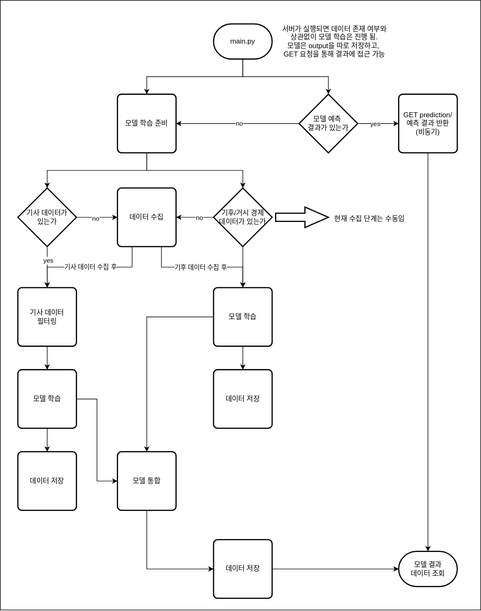
Earlier version of the draw.io export docs/server-flowchart.drawio.svg (MJU-Capstone-2025/model-server). Source tidied: cells renumbered, new cells last; positions are measured from the earlier drawing's top-left corner, leaving out a move shared by most shapes.
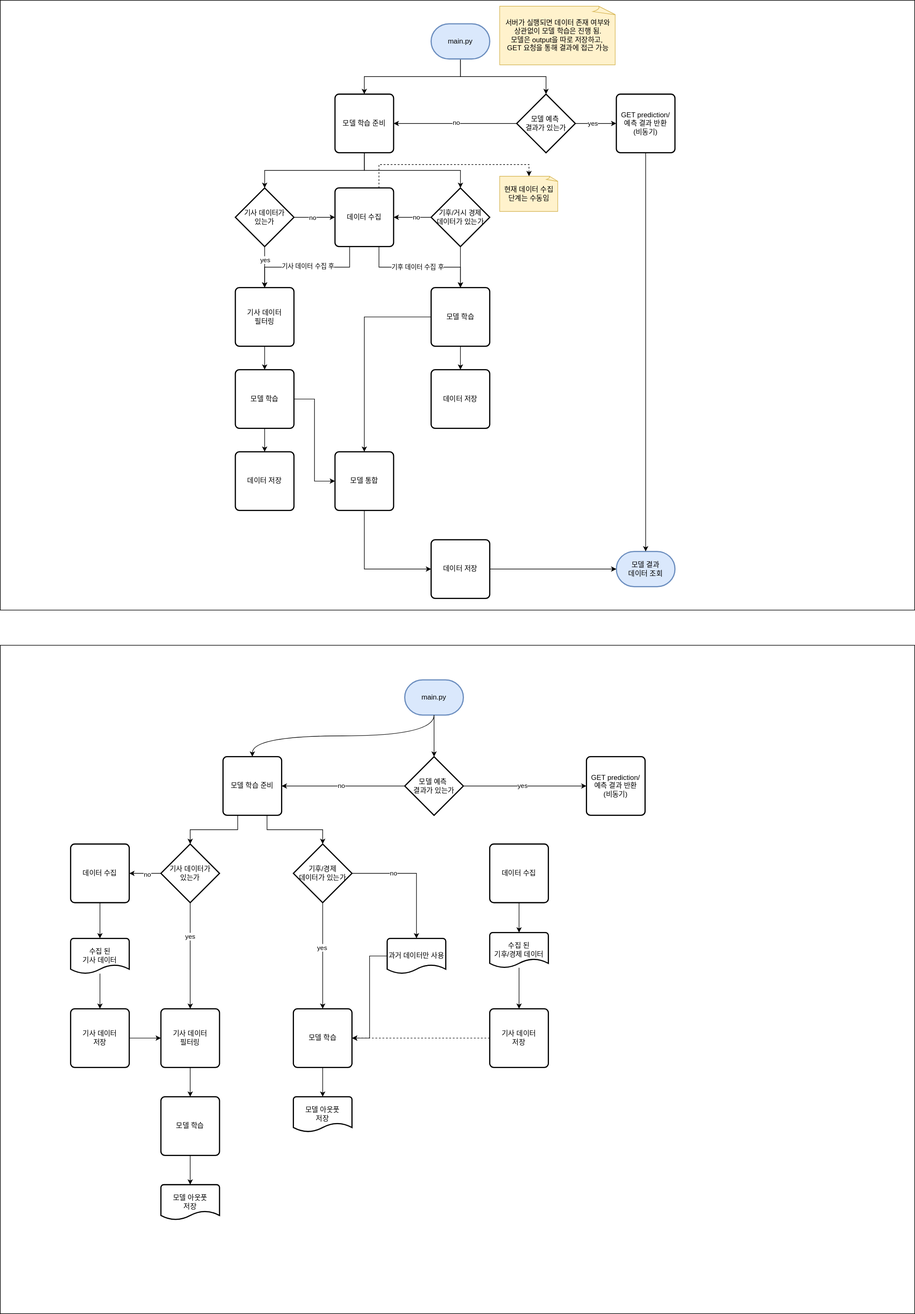
The same file after the commit.

Diff of the diagram source:
```diff
@@ -3,7 +3,7 @@
     <mxCell id="0" />
     <mxCell id="1" parent="0" />
     <mxCell id="2" style="rounded=0;whiteSpace=wrap;html=1;" parent="1" vertex="1">
-      <mxGeometry width="820" height="1040" as="geometry" />
+      <mxGeometry x="-371" width="1560" height="1040" as="geometry" />
     </mxCell>
     <mxCell id="3" style="edgeStyle=orthogonalEdgeStyle;rounded=0;jettySize=auto;html=1;exitX=0.5;exitY=1;exitDx=0;exitDy=0;exitPerimeter=0;entryX=0.5;entryY=0;entryDx=0;entryDy=0;entryPerimeter=0;" parent="1" edge="1" source="5" target="11">
       <mxGeometry relative="1" as="geometry" />
@@ -11,7 +11,7 @@
     <mxCell id="4" style="edgeStyle=orthogonalEdgeStyle;rounded=0;jettySize=auto;html=1;exitX=0.5;exitY=1;exitDx=0;exitDy=0;exitPerimeter=0;entryX=0.5;entryY=0;entryDx=0;entryDy=0;" parent="1" edge="1" source="5" target="39">
       <mxGeometry relative="1" as="geometry" />
     </mxCell>
-    <mxCell id="5" value="main.py" style="strokeWidth=2;html=1;shape=mxgraph.flowchart.terminator;whiteSpace=wrap;" parent="1" vertex="1">
+    <mxCell id="5" value="main.py" style="strokeWidth=2;html=1;shape=mxgraph.flowchart.terminator;whiteSpace=wrap;fillColor=#dae8fc;strokeColor=#6c8ebf;" parent="1" vertex="1">
       <mxGeometry x="364" y="40" width="100" height="60" as="geometry" />
     </mxCell>
     <mxCell id="6" value="GET prediction/&lt;div&gt;예측 결과 반환&lt;/div&gt;&lt;div&gt;(비동기)&lt;/div&gt;" style="rounded=1;whiteSpace=wrap;html=1;absoluteArcSize=1;arcSize=14;strokeWidth=2;" parent="1" vertex="1">
@@ -128,16 +128,7 @@
     <mxCell id="41" style="edgeStyle=orthogonalEdgeStyle;rounded=0;jettySize=auto;html=1;exitX=0.5;exitY=1;exitDx=0;exitDy=0;entryX=0.5;entryY=0;entryDx=0;entryDy=0;entryPerimeter=0;" parent="1" edge="1" source="39" target="20">
       <mxGeometry relative="1" as="geometry" />
     </mxCell>
-    <mxCell id="42" value="서버가 실행되면 데이터 존재 여부와&lt;div&gt;상관없이 모델 학습은 진행 됨.&lt;/div&gt;&lt;div&gt;모델은 output을 따로 저장하고,&amp;nbsp;&lt;/div&gt;&lt;div&gt;GET 요청을 통해 결과에 접근 가능&lt;/div&gt;" style="text;html=1;align=center;verticalAlign=middle;strokeColor=none;fillColor=none;" parent="1" vertex="1">
-      <mxGeometry x="470" y="35" width="200" height="70" as="geometry" />
-    </mxCell>
-    <mxCell id="43" style="verticalLabelPosition=bottom;verticalAlign=top;html=1;strokeWidth=2;shape=mxgraph.arrows2.arrow;dy=0.6;dx=40;notch=0;" parent="1" vertex="1">
-      <mxGeometry x="470" y="352.5" width="90" height="35" as="geometry" />
-    </mxCell>
-    <mxCell id="44" value="현재 수집 단계는 수동임" style="text;html=1;align=center;verticalAlign=middle;strokeColor=none;fillColor=none;" parent="1" vertex="1">
-      <mxGeometry x="560" y="357.5" width="140" height="30" as="geometry" />
-    </mxCell>
-    <mxCell id="45" value="모델 결과&lt;div&gt;데이터 조회&lt;/div&gt;" style="strokeWidth=2;html=1;shape=mxgraph.flowchart.terminator;whiteSpace=wrap;" parent="1" vertex="1">
+    <mxCell id="45" value="모델 결과&lt;div&gt;데이터 조회&lt;/div&gt;" style="strokeWidth=2;html=1;shape=mxgraph.flowchart.terminator;whiteSpace=wrap;fillColor=#dae8fc;strokeColor=#6c8ebf;" parent="1" vertex="1">
       <mxGeometry x="680" y="940" width="100" height="60" as="geometry" />
     </mxCell>
     <mxCell id="46" style="edgeStyle=orthogonalEdgeStyle;rounded=0;jettySize=auto;html=1;exitX=0.5;exitY=1;exitDx=0;exitDy=0;entryX=0.5;entryY=0;entryDx=0;entryDy=0;entryPerimeter=0;" parent="1" edge="1" source="6" target="45">
@@ -146,5 +137,155 @@
     <mxCell id="47" style="edgeStyle=orthogonalEdgeStyle;rounded=0;jettySize=auto;html=1;exitX=1;exitY=0.5;exitDx=0;exitDy=0;entryX=0;entryY=0.5;entryDx=0;entryDy=0;entryPerimeter=0;" parent="1" edge="1" source="38" target="45">
       <mxGeometry relative="1" as="geometry" />
     </mxCell>
+    <mxCell id="42" value="&lt;span style=&quot;text-wrap-mode: nowrap;&quot;&gt;서버가 실행되면 데이터 존재 여부와&lt;/span&gt;&lt;div style=&quot;text-wrap-mode: nowrap;&quot;&gt;상관없이 모델 학습은 진행 됨.&lt;/div&gt;&lt;div style=&quot;text-wrap-mode: nowrap;&quot;&gt;모델은 output을 따로 저장하고,&amp;nbsp;&lt;/div&gt;&lt;div style=&quot;text-wrap-mode: nowrap;&quot;&gt;GET 요청을 통해 결과에 접근 가능&lt;/div&gt;" style="whiteSpace=wrap;html=1;shape=mxgraph.basic.document;fillColor=#fff2cc;strokeColor=#d6b656;" parent="1" vertex="1">
+      <mxGeometry x="481" y="10" width="199" height="100" as="geometry" />
+    </mxCell>
+    <mxCell id="48" value="현재 데이터 수집&lt;div&gt;단계는 수동임&lt;/div&gt;" style="whiteSpace=wrap;html=1;shape=mxgraph.basic.document;fillColor=#fff2cc;strokeColor=#d6b656;" parent="1" vertex="1">
+      <mxGeometry x="481" y="300" width="100" height="60" as="geometry" />
+    </mxCell>
+    <mxCell id="49" style="edgeStyle=orthogonalEdgeStyle;rounded=0;jettySize=auto;html=1;exitX=0.75;exitY=0;exitDx=0;exitDy=0;entryX=0.5;entryY=0;entryDx=0;entryDy=0;entryPerimeter=0;dashed=1;" parent="1" edge="1" source="25" target="48">
+      <mxGeometry relative="1" as="geometry" />
+    </mxCell>
+    <mxCell id="50" style="rounded=0;whiteSpace=wrap;html=1;" parent="1" vertex="1">
+      <mxGeometry x="-371" y="1100" width="1560" height="1140" as="geometry" />
+    </mxCell>
+    <mxCell id="51" style="edgeStyle=orthogonalEdgeStyle;rounded=0;jettySize=auto;html=1;exitX=0.5;exitY=1;exitDx=0;exitDy=0;exitPerimeter=0;entryX=0.5;entryY=0;entryDx=0;entryDy=0;curved=1;" parent="1" edge="1" source="52" target="59">
+      <mxGeometry relative="1" as="geometry" />
+    </mxCell>
+    <mxCell id="52" value="main.py" style="strokeWidth=2;html=1;shape=mxgraph.flowchart.terminator;whiteSpace=wrap;fillColor=#dae8fc;strokeColor=#6c8ebf;" parent="1" vertex="1">
+      <mxGeometry x="319" y="1159" width="100" height="60" as="geometry" />
+    </mxCell>
+    <mxCell id="53" value="GET prediction/&lt;div&gt;예측 결과 반환&lt;/div&gt;&lt;div&gt;(비동기)&lt;/div&gt;" style="rounded=1;whiteSpace=wrap;html=1;absoluteArcSize=1;arcSize=14;strokeWidth=2;" parent="1" vertex="1">
+      <mxGeometry x="629" y="1290" width="100" height="100" as="geometry" />
+    </mxCell>
+    <mxCell id="54" style="edgeStyle=orthogonalEdgeStyle;rounded=0;jettySize=auto;html=1;exitX=1;exitY=0.5;exitDx=0;exitDy=0;exitPerimeter=0;entryX=0;entryY=0.5;entryDx=0;entryDy=0;" parent="1" edge="1" source="58" target="53">
+      <mxGeometry relative="1" as="geometry" />
+    </mxCell>
+    <mxCell id="55" value="yes" style="edgeLabel;html=1;align=center;verticalAlign=middle;" parent="54" vertex="1">
+      <mxGeometry x="0.58" relative="1" as="geometry">
+        <mxPoint x="-65" as="offset" />
+      </mxGeometry>
+    </mxCell>
+    <mxCell id="56" style="edgeStyle=orthogonalEdgeStyle;rounded=0;jettySize=auto;html=1;exitX=0;exitY=0.5;exitDx=0;exitDy=0;exitPerimeter=0;entryX=1;entryY=0.5;entryDx=0;entryDy=0;" parent="1" edge="1" source="58" target="59">
+      <mxGeometry relative="1" as="geometry" />
+    </mxCell>
+    <mxCell id="57" value="no" style="edgeLabel;html=1;align=center;verticalAlign=middle;" parent="56" vertex="1">
+      <mxGeometry x="0.04" y="-2" relative="1" as="geometry">
+        <mxPoint x="1" y="2" as="offset" />
+      </mxGeometry>
+    </mxCell>
+    <mxCell id="58" value="모델 예측&amp;nbsp;&lt;div&gt;결과가 있는가&lt;/div&gt;" style="strokeWidth=2;html=1;shape=mxgraph.flowchart.decision;whiteSpace=wrap;" parent="1" vertex="1">
+      <mxGeometry x="319" y="1290" width="100" height="100" as="geometry" />
+    </mxCell>
+    <mxCell id="59" value="모델 학습 준비" style="rounded=1;whiteSpace=wrap;html=1;absoluteArcSize=1;arcSize=14;strokeWidth=2;" parent="1" vertex="1">
+      <mxGeometry x="9" y="1290" width="100" height="100" as="geometry" />
+    </mxCell>
+    <mxCell id="60" style="edgeStyle=orthogonalEdgeStyle;rounded=0;jettySize=auto;html=1;exitX=0.5;exitY=1;exitDx=0;exitDy=0;exitPerimeter=0;entryX=0.5;entryY=0;entryDx=0;entryDy=0;entryPerimeter=0;curved=1;" parent="1" edge="1" source="52" target="58">
+      <mxGeometry relative="1" as="geometry" />
+    </mxCell>
+    <mxCell id="61" style="edgeStyle=orthogonalEdgeStyle;rounded=0;jettySize=auto;html=1;exitX=0.5;exitY=1;exitDx=0;exitDy=0;exitPerimeter=0;entryX=0.5;entryY=0;entryDx=0;entryDy=0;" parent="1" edge="1" source="65" target="67">
+      <mxGeometry relative="1" as="geometry" />
+    </mxCell>
+    <mxCell id="62" value="yes" style="edgeLabel;html=1;align=center;verticalAlign=middle;" parent="61" vertex="1">
+      <mxGeometry x="-0.36" relative="1" as="geometry" />
+    </mxCell>
+    <mxCell id="63" style="edgeStyle=orthogonalEdgeStyle;rounded=0;jettySize=auto;html=1;exitX=0;exitY=0.5;exitDx=0;exitDy=0;exitPerimeter=0;entryX=1;entryY=0.5;entryDx=0;entryDy=0;" parent="1" edge="1" source="65" target="76">
+      <mxGeometry relative="1" as="geometry" />
+    </mxCell>
+    <mxCell id="64" value="no" style="edgeLabel;html=1;align=center;verticalAlign=middle;" parent="63" vertex="1">
+      <mxGeometry x="-0.15" y="2" relative="1" as="geometry" />
+    </mxCell>
+    <mxCell id="65" value="기사 데이터가&lt;div&gt;있는가&lt;/div&gt;" style="strokeWidth=2;html=1;shape=mxgraph.flowchart.decision;whiteSpace=wrap;" parent="1" vertex="1">
+      <mxGeometry x="-97" y="1439" width="100" height="100" as="geometry" />
+    </mxCell>
+    <mxCell id="66" style="edgeStyle=orthogonalEdgeStyle;rounded=0;jettySize=auto;html=1;exitX=0.5;exitY=1;exitDx=0;exitDy=0;entryX=0.5;entryY=0;entryDx=0;entryDy=0;" parent="1" edge="1" source="67" target="68">
+      <mxGeometry relative="1" as="geometry" />
+    </mxCell>
+    <mxCell id="67" value="기사 데이터&lt;div&gt;필터링&lt;/div&gt;" style="rounded=1;whiteSpace=wrap;html=1;absoluteArcSize=1;arcSize=14;strokeWidth=2;" parent="1" vertex="1">
+      <mxGeometry x="-97" y="1720" width="100" height="100" as="geometry" />
+    </mxCell>
+    <mxCell id="68" value="모델 학습" style="rounded=1;whiteSpace=wrap;html=1;absoluteArcSize=1;arcSize=14;strokeWidth=2;" parent="1" vertex="1">
+      <mxGeometry x="-97" y="1870" width="100" height="100" as="geometry" />
+    </mxCell>
+    <mxCell id="69" style="edgeStyle=orthogonalEdgeStyle;rounded=0;jettySize=auto;html=1;exitX=1;exitY=0.5;exitDx=0;exitDy=0;exitPerimeter=0;entryX=0.5;entryY=0;entryDx=0;entryDy=0;entryPerimeter=0;" parent="1" edge="1" source="73" target="94">
+      <mxGeometry relative="1" as="geometry" />
+    </mxCell>
+    <mxCell id="70" value="no" style="edgeLabel;html=1;align=center;verticalAlign=middle;" parent="69" vertex="1">
+      <mxGeometry x="-0.1" y="-2" relative="1" as="geometry">
+        <mxPoint x="-29" y="-2" as="offset" />
+      </mxGeometry>
+    </mxCell>
+    <mxCell id="71" style="edgeStyle=orthogonalEdgeStyle;rounded=0;jettySize=auto;html=1;exitX=0.5;exitY=1;exitDx=0;exitDy=0;exitPerimeter=0;entryX=0.5;entryY=0;entryDx=0;entryDy=0;" parent="1" edge="1" source="73" target="91">
+      <mxGeometry relative="1" as="geometry" />
+    </mxCell>
+    <mxCell id="72" value="yes" style="edgeLabel;html=1;align=center;verticalAlign=middle;" parent="71" vertex="1">
+      <mxGeometry x="-0.16" y="-1" relative="1" as="geometry" />
+    </mxCell>
+    <mxCell id="73" value="기후/경제&lt;div&gt;데이터가 있는가&lt;/div&gt;" style="strokeWidth=2;html=1;shape=mxgraph.flowchart.decision;whiteSpace=wrap;" parent="1" vertex="1">
+      <mxGeometry x="129" y="1439" width="100" height="100" as="geometry" />
+    </mxCell>
+    <mxCell id="74" style="edgeStyle=orthogonalEdgeStyle;rounded=0;jettySize=auto;html=1;exitX=0.25;exitY=1;exitDx=0;exitDy=0;entryX=0.5;entryY=0;entryDx=0;entryDy=0;entryPerimeter=0;" parent="1" edge="1" source="59" target="65">
+      <mxGeometry relative="1" as="geometry" />
+    </mxCell>
+    <mxCell id="75" style="edgeStyle=orthogonalEdgeStyle;rounded=0;jettySize=auto;html=1;exitX=0.75;exitY=1;exitDx=0;exitDy=0;entryX=0.5;entryY=0;entryDx=0;entryDy=0;entryPerimeter=0;" parent="1" edge="1" source="59" target="73">
+      <mxGeometry relative="1" as="geometry" />
+    </mxCell>
+    <mxCell id="76" value="데이터 수집" style="rounded=1;whiteSpace=wrap;html=1;absoluteArcSize=1;arcSize=14;strokeWidth=2;" parent="1" vertex="1">
+      <mxGeometry x="-251" y="1439" width="100" height="100" as="geometry" />
+    </mxCell>
+    <mxCell id="77" style="edgeStyle=orthogonalEdgeStyle;rounded=0;jettySize=auto;html=1;entryX=0.5;entryY=0;entryDx=0;entryDy=0;" parent="1" edge="1" source="78" target="81">
+      <mxGeometry relative="1" as="geometry" />
+    </mxCell>
+    <mxCell id="78" value="수집 된&lt;div&gt;기사 데이터&lt;/div&gt;" style="strokeWidth=2;html=1;shape=mxgraph.flowchart.document2;whiteSpace=wrap;size=0.25;" parent="1" vertex="1">
+      <mxGeometry x="-251" y="1600" width="100" height="60" as="geometry" />
+    </mxCell>
+    <mxCell id="79" style="edgeStyle=orthogonalEdgeStyle;rounded=0;jettySize=auto;html=1;exitX=0.5;exitY=1;exitDx=0;exitDy=0;entryX=0.5;entryY=0;entryDx=0;entryDy=0;entryPerimeter=0;" parent="1" edge="1" source="76" target="78">
+      <mxGeometry relative="1" as="geometry" />
+    </mxCell>
+    <mxCell id="80" style="edgeStyle=orthogonalEdgeStyle;rounded=0;jettySize=auto;html=1;" parent="1" edge="1" source="81" target="67">
+      <mxGeometry relative="1" as="geometry" />
+    </mxCell>
+    <mxCell id="81" value="기사 데이터&lt;div&gt;저장&lt;/div&gt;" style="rounded=1;whiteSpace=wrap;html=1;absoluteArcSize=1;arcSize=14;strokeWidth=2;" parent="1" vertex="1">
+      <mxGeometry x="-251" y="1720" width="100" height="100" as="geometry" />
+    </mxCell>
+    <mxCell id="82" value="모델 아웃풋&lt;div&gt;저장&lt;/div&gt;" style="strokeWidth=2;html=1;shape=mxgraph.flowchart.document2;whiteSpace=wrap;size=0.25;" parent="1" vertex="1">
+      <mxGeometry x="-97" y="2020" width="100" height="60" as="geometry" />
+    </mxCell>
+    <mxCell id="83" style="edgeStyle=orthogonalEdgeStyle;rounded=0;jettySize=auto;html=1;exitX=0.5;exitY=1;exitDx=0;exitDy=0;entryX=0.5;entryY=0;entryDx=0;entryDy=0;entryPerimeter=0;" parent="1" edge="1" source="68" target="82">
+      <mxGeometry relative="1" as="geometry" />
+    </mxCell>
+    <mxCell id="84" value="데이터 수집" style="rounded=1;whiteSpace=wrap;html=1;absoluteArcSize=1;arcSize=14;strokeWidth=2;" parent="1" vertex="1">
+      <mxGeometry x="464" y="1439" width="100" height="100" as="geometry" />
+    </mxCell>
+    <mxCell id="85" style="edgeStyle=orthogonalEdgeStyle;rounded=0;jettySize=auto;html=1;" parent="1" edge="1" source="86" target="89">
+      <mxGeometry relative="1" as="geometry" />
+    </mxCell>
+    <mxCell id="86" value="수집 된&lt;div&gt;기후/경제 데이터&lt;/div&gt;" style="strokeWidth=2;html=1;shape=mxgraph.flowchart.document2;whiteSpace=wrap;size=0.25;" parent="1" vertex="1">
+      <mxGeometry x="464" y="1590" width="100" height="60" as="geometry" />
+    </mxCell>
+    <mxCell id="87" style="edgeStyle=orthogonalEdgeStyle;rounded=0;jettySize=auto;html=1;exitX=0.5;exitY=1;exitDx=0;exitDy=0;entryX=0.5;entryY=0;entryDx=0;entryDy=0;entryPerimeter=0;" parent="1" edge="1" source="84" target="86">
+      <mxGeometry relative="1" as="geometry" />
+    </mxCell>
+    <mxCell id="88" style="edgeStyle=orthogonalEdgeStyle;rounded=0;jettySize=auto;html=1;exitX=0;exitY=0.5;exitDx=0;exitDy=0;entryX=1;entryY=0.5;entryDx=0;entryDy=0;dashed=1;" parent="1" edge="1" source="89" target="91">
+      <mxGeometry relative="1" as="geometry" />
+    </mxCell>
+    <mxCell id="89" value="기사 데이터&lt;div&gt;저장&lt;/div&gt;" style="rounded=1;whiteSpace=wrap;html=1;absoluteArcSize=1;arcSize=14;strokeWidth=2;" parent="1" vertex="1">
+      <mxGeometry x="464" y="1720" width="100" height="100" as="geometry" />
+    </mxCell>
+    <mxCell id="90" style="edgeStyle=orthogonalEdgeStyle;rounded=0;jettySize=auto;html=1;" parent="1" edge="1" source="91" target="92">
+      <mxGeometry relative="1" as="geometry" />
+    </mxCell>
+    <mxCell id="91" value="모델 학습" style="rounded=1;whiteSpace=wrap;html=1;absoluteArcSize=1;arcSize=14;strokeWidth=2;" parent="1" vertex="1">
+      <mxGeometry x="129" y="1720" width="100" height="100" as="geometry" />
+    </mxCell>
+    <mxCell id="92" value="모델 아웃풋&lt;div&gt;저장&lt;/div&gt;" style="strokeWidth=2;html=1;shape=mxgraph.flowchart.document2;whiteSpace=wrap;size=0.25;" parent="1" vertex="1">
+      <mxGeometry x="129" y="1870" width="100" height="60" as="geometry" />
+    </mxCell>
+    <mxCell id="93" style="edgeStyle=orthogonalEdgeStyle;rounded=0;jettySize=auto;html=1;entryX=1;entryY=0.5;entryDx=0;entryDy=0;" parent="1" edge="1" source="94" target="91">
+      <mxGeometry relative="1" as="geometry" />
+    </mxCell>
+    <mxCell id="94" value="과거 데이터만 사용" style="strokeWidth=2;html=1;shape=mxgraph.flowchart.document2;whiteSpace=wrap;size=0.25;" parent="1" vertex="1">
+      <mxGeometry x="289" y="1600" width="100" height="60" as="geometry" />
+    </mxCell>
   </root>
 </mxGraphModel>
```
